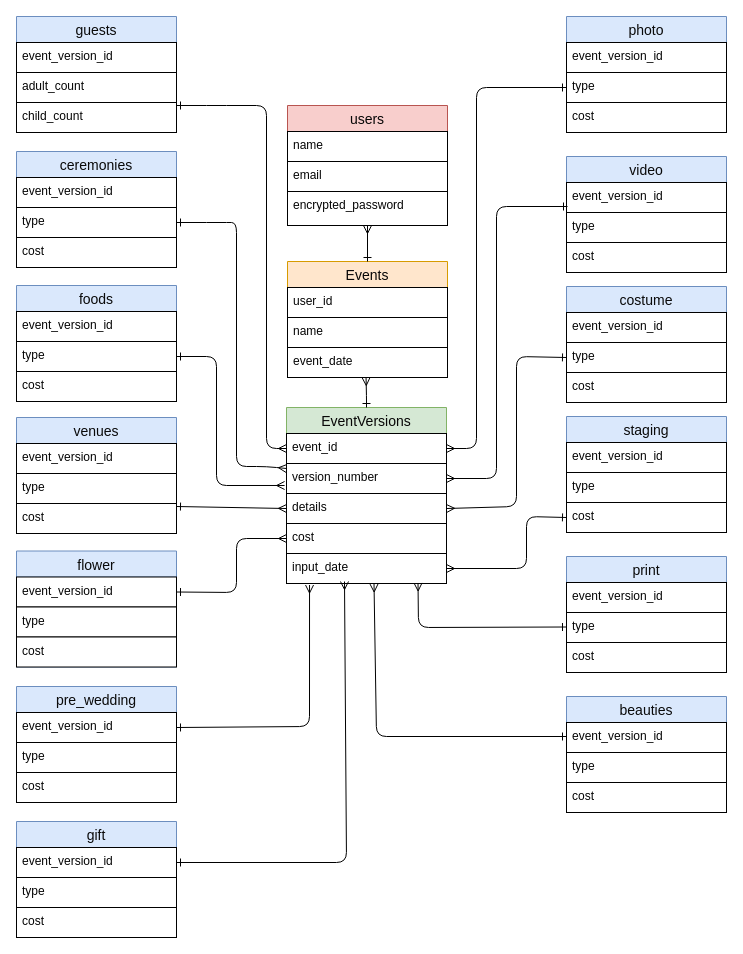
The draw.io diagram ER.dio in mitstaku/wedding-budgets, before the edit. Source tidied: cells renumbered, new cells numbered last; positions are measured from the earlier drawing's top-left corner, leaving out a move shared by most shapes. Both pictures are drawn from the tidied source at 100%, with x=0, y=0 at pixel (16, 16).
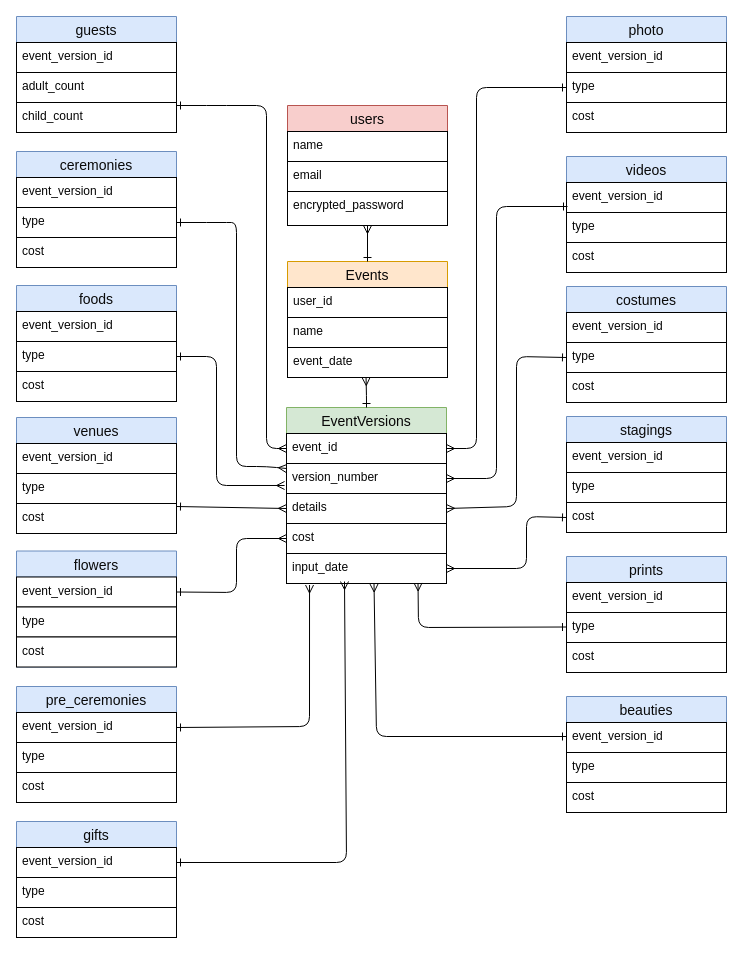
The same page after the edit.

What changed in the source:
```diff
@@
-    <mxCell id="32" value="costume" style="swimlane;fontStyle=0;horizontal=1;startSize=26;align=center;fontSize=14;fillColor=#dae8fc;strokeColor=#6c8ebf;fontColor=#0a0a0a;" parent="1" vertex="1">
+    <mxCell id="32" value="costumes" style="swimlane;fontStyle=0;horizontal=1;startSize=26;align=center;fontSize=14;fillColor=#dae8fc;strokeColor=#6c8ebf;fontColor=#0a0a0a;" parent="1" vertex="1">
       <mxGeometry x="550" y="270" width="160" height="116" as="geometry" />
     </mxCell>
@@
-    <mxCell id="40" value="flower" style="swimlane;fontStyle=0;horizontal=1;startSize=26;align=center;fontSize=14;fillColor=#dae8fc;strokeColor=#6c8ebf;fontColor=#0a0a0a;" parent="1" vertex="1">
+    <mxCell id="40" value="flowers" style="swimlane;fontStyle=0;horizontal=1;startSize=26;align=center;fontSize=14;fillColor=#dae8fc;strokeColor=#6c8ebf;fontColor=#0a0a0a;" parent="1" vertex="1">
       <mxGeometry y="534.5" width="160" height="116" as="geometry" />
     </mxCell>
@@
-    <mxCell id="44" value="print" style="swimlane;fontStyle=0;horizontal=1;startSize=26;align=center;fontSize=14;fillColor=#dae8fc;strokeColor=#6c8ebf;fontColor=#0a0a0a;" parent="1" vertex="1">
+    <mxCell id="44" value="prints" style="swimlane;fontStyle=0;horizontal=1;startSize=26;align=center;fontSize=14;fillColor=#dae8fc;strokeColor=#6c8ebf;fontColor=#0a0a0a;" parent="1" vertex="1">
       <mxGeometry x="550" y="540" width="160" height="116" as="geometry" />
     </mxCell>
@@
-    <mxCell id="48" value="staging" style="swimlane;fontStyle=0;horizontal=1;startSize=26;align=center;fontSize=14;fillColor=#dae8fc;strokeColor=#6c8ebf;fontColor=#0a0a0a;" parent="1" vertex="1">
+    <mxCell id="48" value="stagings" style="swimlane;fontStyle=0;horizontal=1;startSize=26;align=center;fontSize=14;fillColor=#dae8fc;strokeColor=#6c8ebf;fontColor=#0a0a0a;" parent="1" vertex="1">
       <mxGeometry x="550" y="400" width="160" height="116" as="geometry" />
     </mxCell>
@@
-    <mxCell id="56" value="gift" style="swimlane;fontStyle=0;horizontal=1;startSize=26;align=center;fontSize=14;fillColor=#dae8fc;strokeColor=#6c8ebf;fontColor=#0a0a0a;" parent="1" vertex="1">
+    <mxCell id="56" value="gifts" style="swimlane;fontStyle=0;horizontal=1;startSize=26;align=center;fontSize=14;fillColor=#dae8fc;strokeColor=#6c8ebf;fontColor=#0a0a0a;" parent="1" vertex="1">
       <mxGeometry y="805" width="160" height="116" as="geometry" />
     </mxCell>
@@
-    <mxCell id="60" value="video" style="swimlane;fontStyle=0;horizontal=1;startSize=26;align=center;fontSize=14;fillColor=#dae8fc;strokeColor=#6c8ebf;fontColor=#0a0a0a;" parent="1" vertex="1">
+    <mxCell id="60" value="videos" style="swimlane;fontStyle=0;horizontal=1;startSize=26;align=center;fontSize=14;fillColor=#dae8fc;strokeColor=#6c8ebf;fontColor=#0a0a0a;" parent="1" vertex="1">
       <mxGeometry x="550" y="140" width="160" height="116" as="geometry" />
     </mxCell>
@@
-    <mxCell id="64" value="pre_wedding" style="swimlane;fontStyle=0;horizontal=1;startSize=26;align=center;fontSize=14;fillColor=#dae8fc;strokeColor=#6c8ebf;fontColor=#0a0a0a;" parent="1" vertex="1">
+    <mxCell id="64" value="pre_ceremonies" style="swimlane;fontStyle=0;horizontal=1;startSize=26;align=center;fontSize=14;fillColor=#dae8fc;strokeColor=#6c8ebf;fontColor=#0a0a0a;" parent="1" vertex="1">
       <mxGeometry y="670" width="160" height="116" as="geometry" />
     </mxCell>
```
